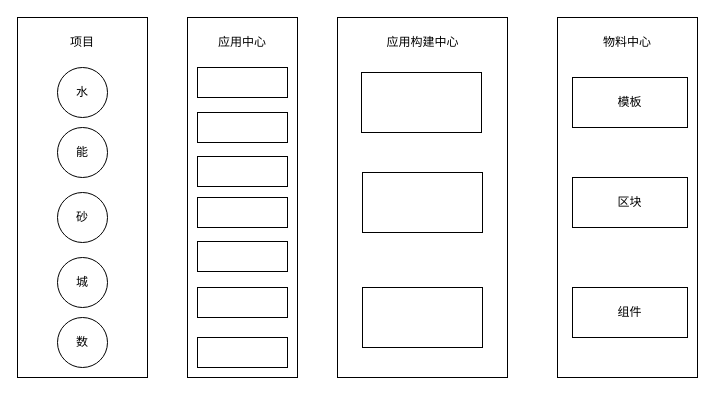
Earlier version of the draw.io diagram 低代码——搭建示意图.drawio (tangyaosimida/love). Source tidied: cells renumbered, new cells numbered last; positions are measured from the earlier drawing's top-left corner, leaving out a move shared by most shapes. Both pictures are drawn from the tidied source at 100%, with x=0, y=0 at pixel (17, 17).
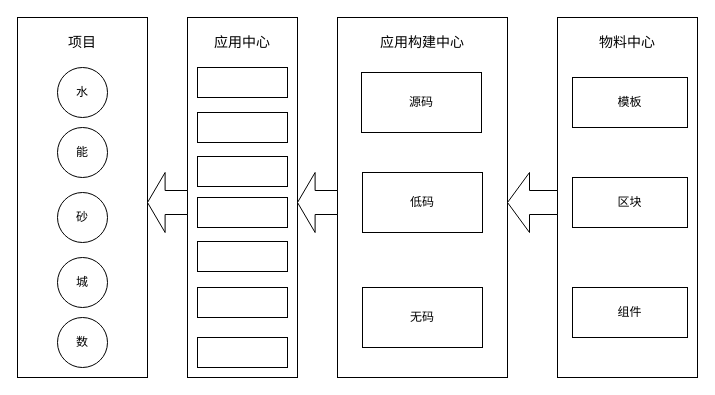
Above is the later version.

Commit message (it also covers changes not shown here):
更新低代码——搭建示意图.drawio

Change to the diagram source:
```diff
@@
-    <mxCell id="5" value="物料中心" style="text;html=1;align=center;verticalAlign=middle;whiteSpace=wrap;rounded=0;" parent="1" vertex="1">
+    <mxCell id="5" value="&lt;font style=&quot;font-size: 14px;&quot;&gt;物料中心&lt;/font&gt;" style="text;html=1;align=center;verticalAlign=middle;whiteSpace=wrap;rounded=0;" parent="1" vertex="1">
       <mxGeometry x="580" y="10" width="60" height="30" as="geometry" />
     </mxCell>
@@
-    <mxCell id="14" value="项目" style="text;html=1;align=center;verticalAlign=middle;whiteSpace=wrap;rounded=0;" parent="1" vertex="1">
+    <mxCell id="14" value="&lt;font style=&quot;font-size: 14px;&quot;&gt;项目&lt;/font&gt;" style="text;html=1;align=center;verticalAlign=middle;whiteSpace=wrap;rounded=0;" parent="1" vertex="1">
       <mxGeometry x="35" y="10" width="60" height="30" as="geometry" />
     </mxCell>
@@
-    <mxCell id="16" value="应用中心" style="text;html=1;align=center;verticalAlign=middle;whiteSpace=wrap;rounded=0;" parent="1" vertex="1">
+    <mxCell id="16" value="&lt;font style=&quot;font-size: 14px;&quot;&gt;应用中心&lt;/font&gt;" style="text;html=1;align=center;verticalAlign=middle;whiteSpace=wrap;rounded=0;" parent="1" vertex="1">
       <mxGeometry x="195" y="10" width="60" height="30" as="geometry" />
     </mxCell>
-    <mxCell id="17" value="应用构建中心" style="text;html=1;align=center;verticalAlign=middle;whiteSpace=wrap;rounded=0;" parent="1" vertex="1">
-      <mxGeometry x="362.5" y="10" width="85" height="30" as="geometry" />
+    <mxCell id="17" value="&lt;font style=&quot;font-size: 14px;&quot;&gt;应用构建中心&lt;/font&gt;" style="text;html=1;align=center;verticalAlign=middle;whiteSpace=wrap;rounded=0;" parent="1" vertex="1">
+      <mxGeometry x="356.2" y="10" width="97.5" height="30" as="geometry" />
     </mxCell>
@@
-    <mxCell id="25" style="rounded=0;whiteSpace=wrap;html=1;" parent="1" vertex="1">
+    <mxCell id="25" value="源码" style="rounded=0;whiteSpace=wrap;html=1;" parent="1" vertex="1">
       <mxGeometry x="344" y="55" width="120" height="60" as="geometry" />
     </mxCell>
-    <mxCell id="26" style="rounded=0;whiteSpace=wrap;html=1;" parent="1" vertex="1">
+    <mxCell id="26" value="低码" style="rounded=0;whiteSpace=wrap;html=1;" parent="1" vertex="1">
       <mxGeometry x="345" y="155" width="120" height="60" as="geometry" />
     </mxCell>
-    <mxCell id="27" style="rounded=0;whiteSpace=wrap;html=1;" parent="1" vertex="1">
+    <mxCell id="27" value="无码" style="rounded=0;whiteSpace=wrap;html=1;" parent="1" vertex="1">
       <mxGeometry x="345" y="270" width="120" height="60" as="geometry" />
     </mxCell>
+    <mxCell id="28" style="shape=singleArrow;direction=west;whiteSpace=wrap;html=1;arrowWidth=0.4;arrowSize=0.44;" parent="1" vertex="1">
+      <mxGeometry x="490" y="155" width="50" height="60" as="geometry" />
+    </mxCell>
+    <mxCell id="29" style="shape=singleArrow;direction=west;whiteSpace=wrap;html=1;arrowWidth=0.4;arrowSize=0.44;" parent="1" vertex="1">
+      <mxGeometry x="280" y="155" width="40" height="60" as="geometry" />
+    </mxCell>
+    <mxCell id="30" style="shape=singleArrow;direction=west;whiteSpace=wrap;html=1;arrowWidth=0.4;arrowSize=0.44;" parent="1" vertex="1">
+      <mxGeometry x="130" y="155" width="40" height="60" as="geometry" />
+    </mxCell>
```
